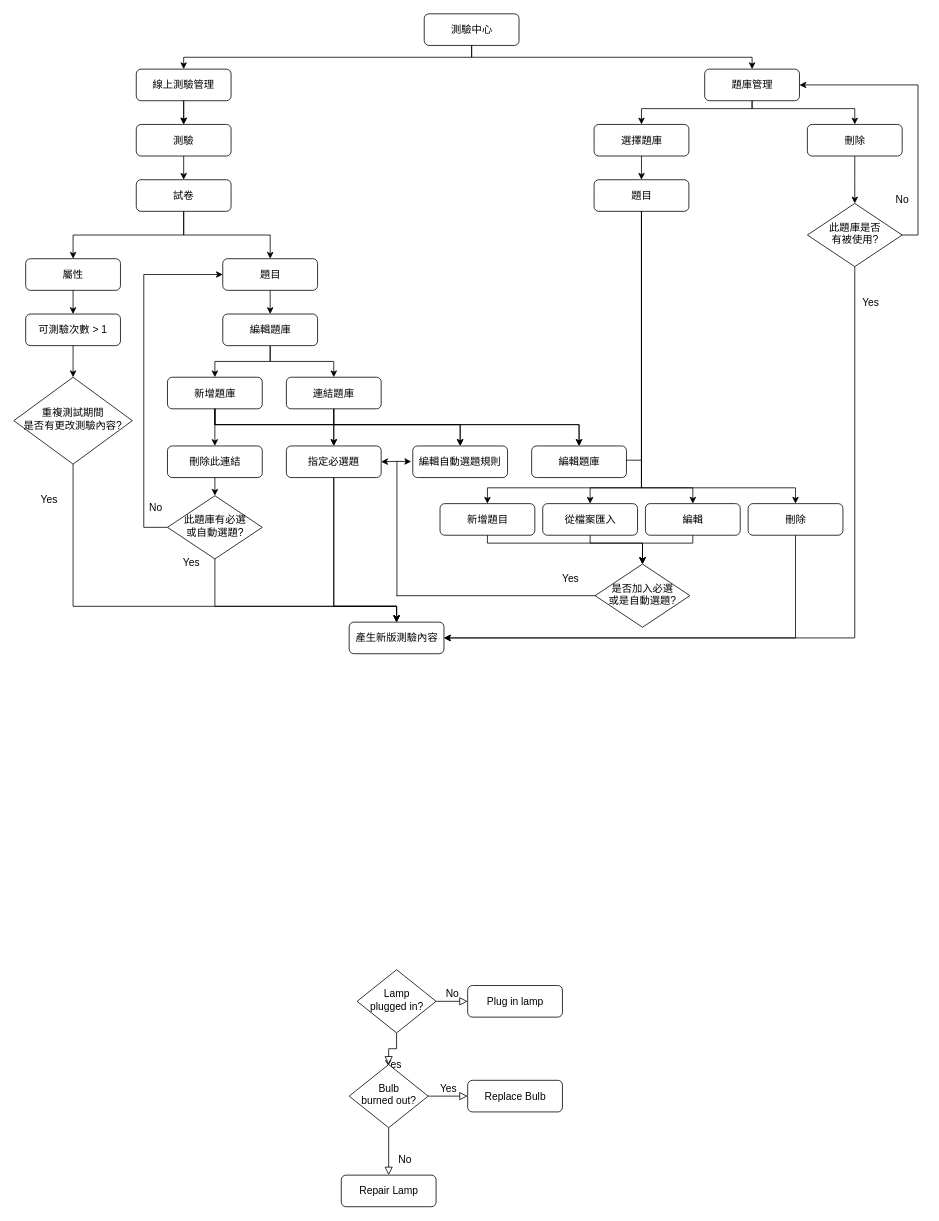
Above: 未命名圖表.drawio in zs6184/test (draw.io), before the change. Source tidied: cells renumbered, new cells numbered last; positions are measured from the earlier drawing's top-left corner, leaving out a move shared by most shapes. Both pictures are drawn from the tidied source at 79%, with x=0, y=0 at pixel (13, 13).
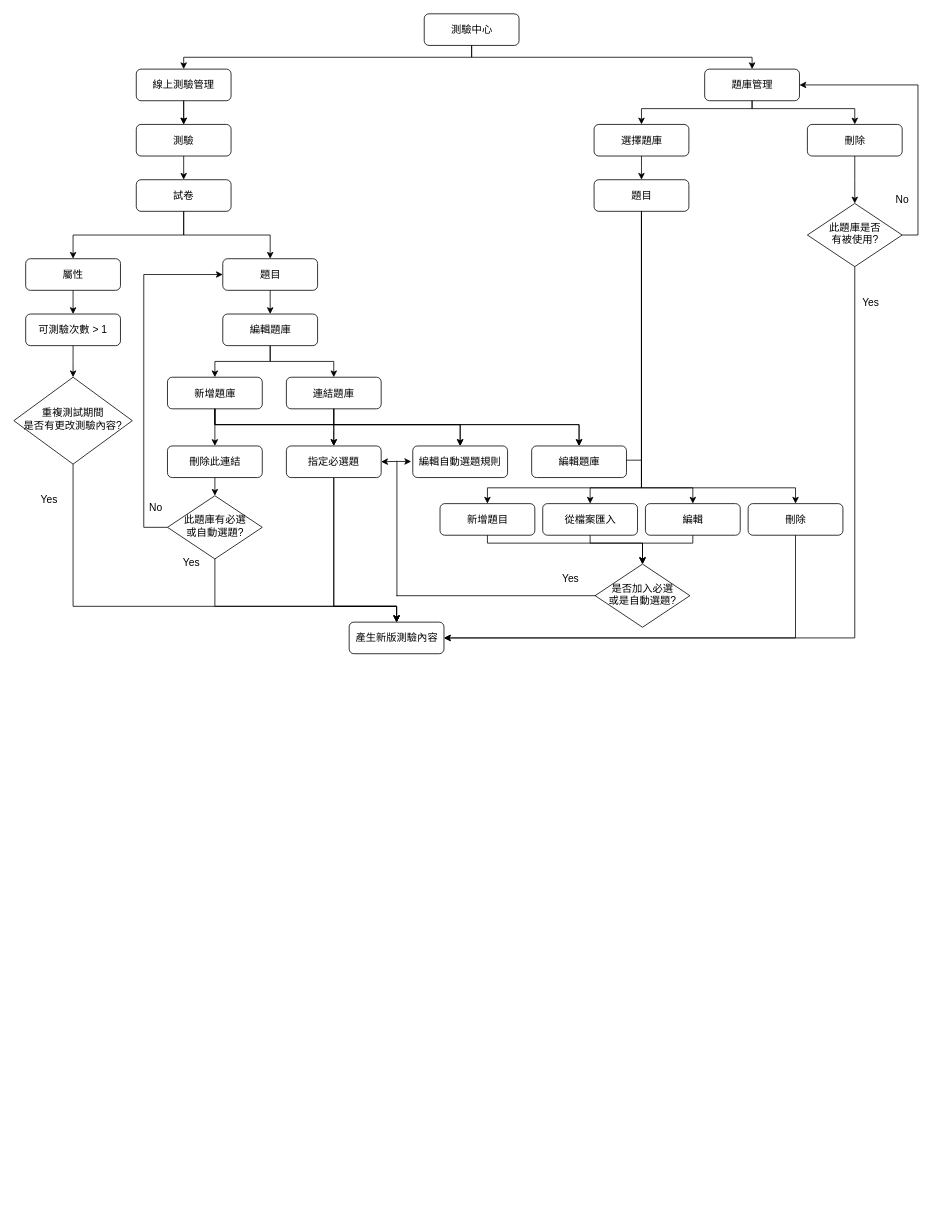
The same diagram, later.

Commit message (it also covers changes not shown here):
測驗流程圖.drawio

Diff of the diagram source:
```diff
@@
-    <mxCell id="3" value="Yes" style="rounded=0;html=1;jettySize=auto;fontSize=13;endArrow=block;endFill=0;endSize=8;strokeWidth=1;shadow=0;labelBackgroundColor=none;edgeStyle=orthogonalEdgeStyle;" parent="1" edge="1" source="5" target="9">
-      <mxGeometry y="20" relative="1" as="geometry" />
-    </mxCell>
-    <mxCell id="4" value="No" style="edgeStyle=orthogonalEdgeStyle;rounded=0;html=1;jettySize=auto;fontSize=13;endArrow=block;endFill=0;endSize=8;strokeWidth=1;shadow=0;labelBackgroundColor=none;" parent="1" edge="1" source="5" target="6">
-      <mxGeometry y="10" relative="1" as="geometry" />
-    </mxCell>
-    <mxCell id="5" value="Lamp&lt;br style=&quot;font-size: 13px;&quot;&gt;plugged in?" style="rhombus;whiteSpace=wrap;html=1;shadow=0;fontFamily=Helvetica;fontSize=13;align=center;strokeWidth=1;spacing=6;spacingTop=-4;" parent="1" vertex="1">
-      <mxGeometry x="434.5" y="1210" width="100" height="80" as="geometry" />
-    </mxCell>
-    <mxCell id="6" value="Plug in lamp" style="rounded=1;whiteSpace=wrap;html=1;fontSize=13;glass=0;strokeWidth=1;shadow=0;" parent="1" vertex="1">
-      <mxGeometry x="574.5" y="1230" width="120" height="40" as="geometry" />
-    </mxCell>
-    <mxCell id="7" value="No" style="rounded=0;html=1;jettySize=auto;fontSize=13;endArrow=block;endFill=0;endSize=8;strokeWidth=1;shadow=0;labelBackgroundColor=none;edgeStyle=orthogonalEdgeStyle;" parent="1" edge="1" source="9" target="10">
-      <mxGeometry x="0.33" y="20" relative="1" as="geometry" />
-    </mxCell>
-    <mxCell id="8" value="Yes" style="edgeStyle=orthogonalEdgeStyle;rounded=0;html=1;jettySize=auto;fontSize=13;endArrow=block;endFill=0;endSize=8;strokeWidth=1;shadow=0;labelBackgroundColor=none;" parent="1" edge="1" source="9" target="11">
-      <mxGeometry y="10" relative="1" as="geometry" />
-    </mxCell>
-    <mxCell id="9" value="Bulb&lt;br style=&quot;font-size: 13px;&quot;&gt;burned out?" style="rhombus;whiteSpace=wrap;html=1;shadow=0;fontFamily=Helvetica;fontSize=13;align=center;strokeWidth=1;spacing=6;spacingTop=-4;" parent="1" vertex="1">
-      <mxGeometry x="424.5" y="1330" width="100" height="80" as="geometry" />
-    </mxCell>
-    <mxCell id="10" value="Repair Lamp" style="rounded=1;whiteSpace=wrap;html=1;fontSize=13;glass=0;strokeWidth=1;shadow=0;" parent="1" vertex="1">
-      <mxGeometry x="414.5" y="1470" width="120" height="40" as="geometry" />
-    </mxCell>
-    <mxCell id="11" value="Replace Bulb" style="rounded=1;whiteSpace=wrap;html=1;fontSize=13;glass=0;strokeWidth=1;shadow=0;" parent="1" vertex="1">
-      <mxGeometry x="574.5" y="1350" width="120" height="40" as="geometry" />
-    </mxCell>
```
